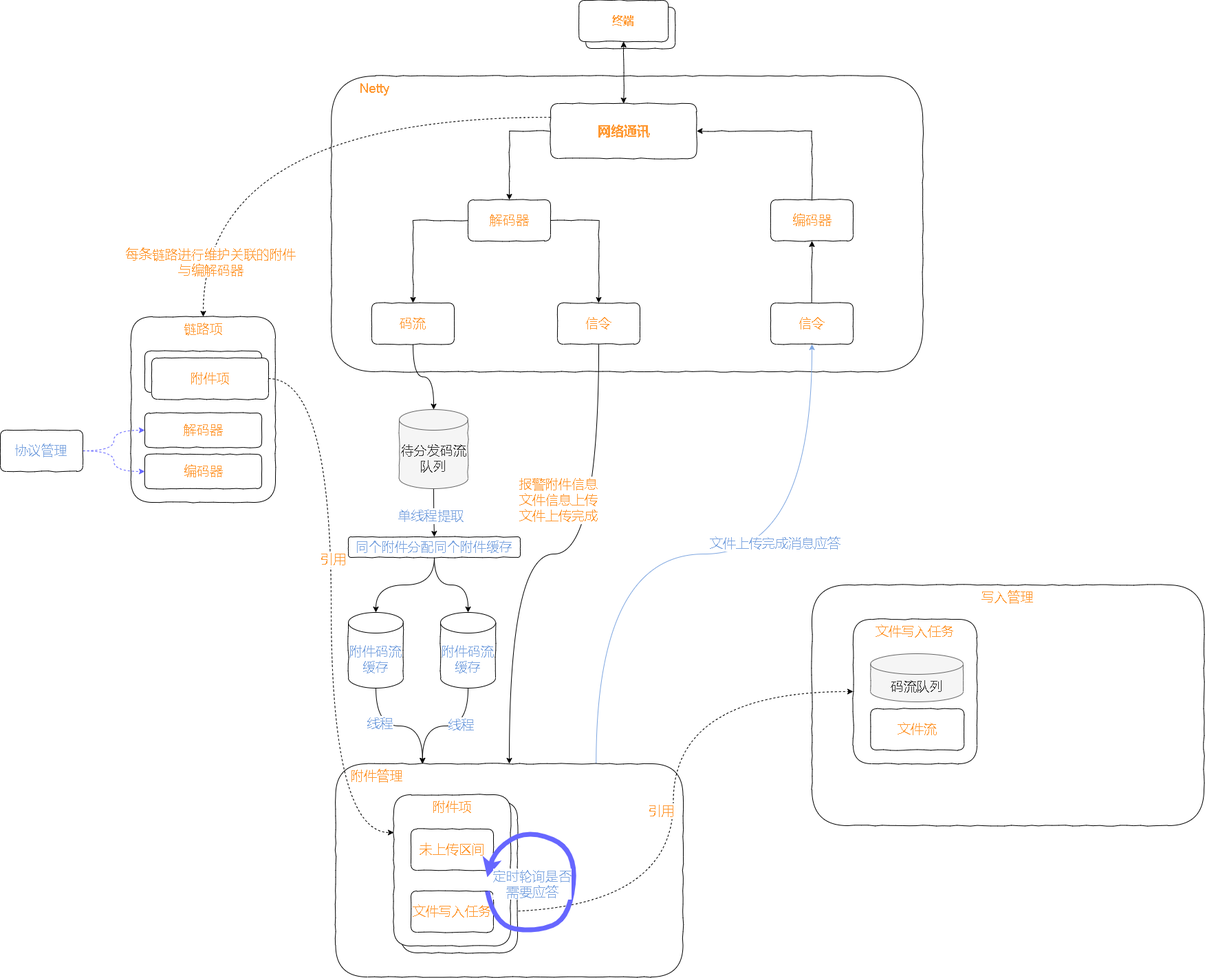
xktder/draw keeps this draw.io diagram as test.drawio.png. Above is the earlier version. Source tidied: cells renumbered, new cells last; positions are measured from the earlier drawing's top-left corner, leaving out a move shared by most shapes.
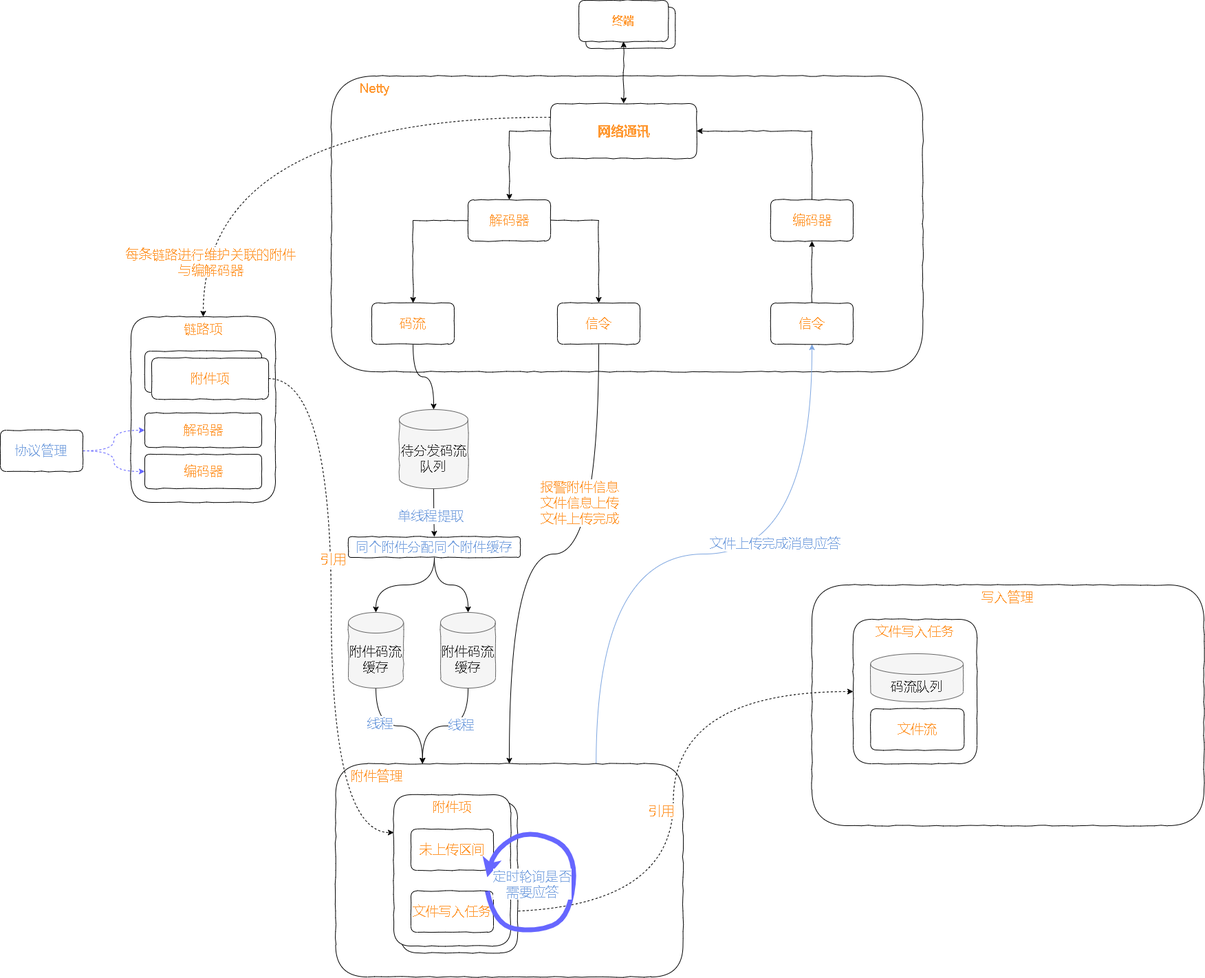
Later version of the same file.

What changed in the source:
```diff
@@ -71,7 +71,7 @@
     </mxCell>
     <mxCell id="23" value="报警附件信息&lt;br&gt;文件信息上传&lt;br&gt;文件上传完成" style="edgeLabel;html=1;align=center;verticalAlign=middle;fontSize=19;fontColor=#FF9933;" parent="22" vertex="1">
       <mxGeometry x="-0.49" y="-15" relative="1" as="geometry">
-        <mxPoint x="-45" y="39" as="offset" />
+        <mxPoint x="-14" y="43" as="offset" />
       </mxGeometry>
     </mxCell>
     <mxCell id="24" value="信令" style="rounded=1;whiteSpace=wrap;html=1;comic=1;fontSize=19;fontColor=#FF9933;strokeColor=default;gradientColor=none;" parent="1" vertex="1">
@@ -154,7 +154,7 @@
     <mxCell id="49" value="线程" style="edgeLabel;html=1;align=center;verticalAlign=middle;fontSize=19;fontColor=#7EA6E0;" parent="48" vertex="1">
       <mxGeometry x="-0.43" y="5" relative="1" as="geometry" />
     </mxCell>
-    <mxCell id="50" value="附件码流缓存" style="shape=cylinder3;whiteSpace=wrap;html=1;boundedLbl=1;backgroundOutline=1;size=15;comic=1;fontSize=19;fontColor=#7EA6E0;strokeColor=default;gradientColor=none;" parent="1" vertex="1">
+    <mxCell id="50" value="附件码流缓存" style="shape=cylinder3;whiteSpace=wrap;html=1;boundedLbl=1;backgroundOutline=1;size=15;comic=1;fontSize=19;fontColor=#333333;strokeColor=#666666;fillColor=#f5f5f5;" parent="1" vertex="1">
       <mxGeometry x="506" y="890" width="80" height="110" as="geometry" />
     </mxCell>
     <mxCell id="51" style="edgeStyle=orthogonalEdgeStyle;curved=1;rounded=0;comic=0;jettySize=auto;html=1;entryX=0.25;entryY=0;entryDx=0;entryDy=0;fontSize=19;fontColor=#7EA6E0;startArrow=none;startFill=0;endArrow=classic;endFill=1;strokeColor=#000000;strokeWidth=1;" parent="1" edge="1" source="53" target="6">
@@ -165,7 +165,7 @@
         <mxPoint x="-1" as="offset" />
       </mxGeometry>
     </mxCell>
-    <mxCell id="53" value="附件码流缓存" style="shape=cylinder3;whiteSpace=wrap;html=1;boundedLbl=1;backgroundOutline=1;size=15;comic=1;fontSize=19;fontColor=#7EA6E0;strokeColor=default;gradientColor=none;" parent="1" vertex="1">
+    <mxCell id="53" value="附件码流缓存" style="shape=cylinder3;whiteSpace=wrap;html=1;boundedLbl=1;backgroundOutline=1;size=15;comic=1;fontSize=19;fontColor=#333333;strokeColor=#666666;fillColor=#f5f5f5;" parent="1" vertex="1">
       <mxGeometry x="640" y="890" width="80" height="110" as="geometry" />
     </mxCell>
     <mxCell id="54" style="edgeStyle=orthogonalEdgeStyle;curved=1;rounded=0;comic=0;jettySize=auto;html=1;exitX=0.5;exitY=1;exitDx=0;exitDy=0;entryX=0.5;entryY=0;entryDx=0;entryDy=0;entryPerimeter=0;fontSize=19;fontColor=#7EA6E0;startArrow=none;startFill=0;endArrow=classic;endFill=1;strokeColor=#000000;strokeWidth=1;" parent="1" edge="1" source="56" target="50">
```
